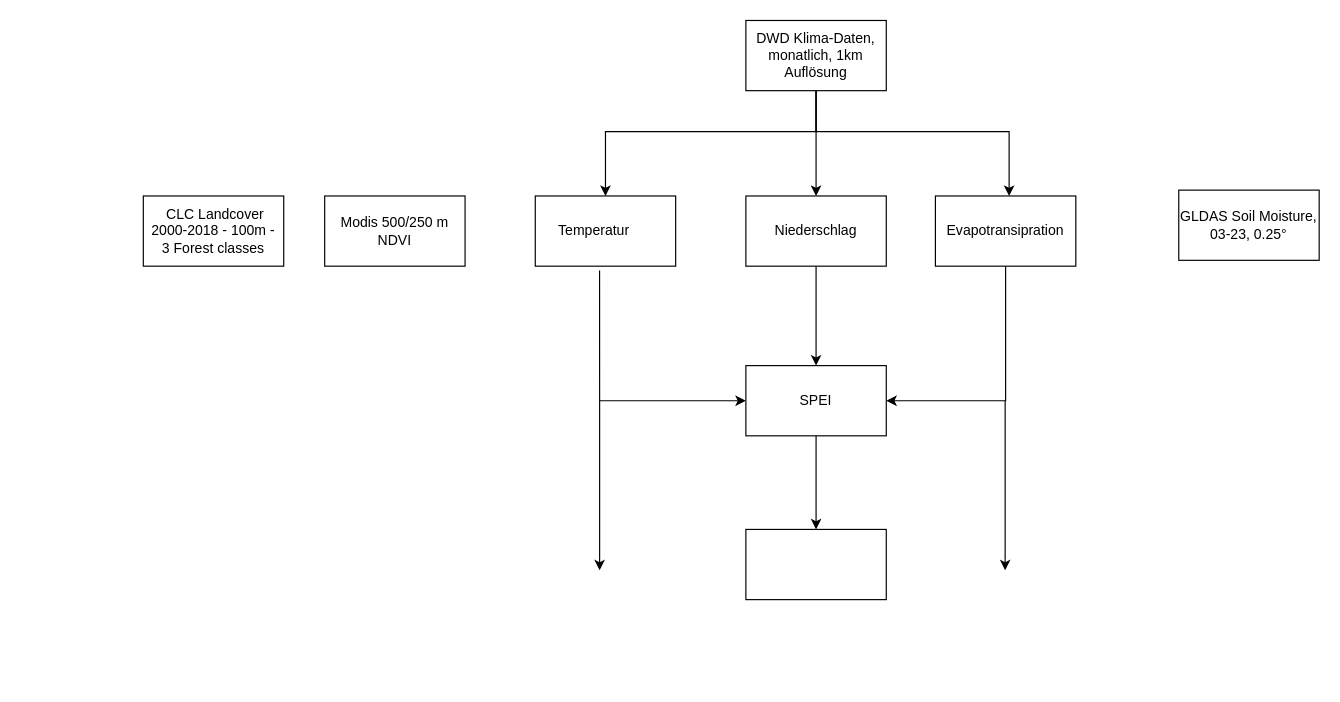
Before: peng_project_github.drawio in luismaecker/Analyzing_Forest_Health, a draw.io diagram. Source tidied: cells renumbered, new cells numbered last; positions are measured from the earlier drawing's top-left corner, leaving out a move shared by most shapes. Both pictures are drawn from the tidied source at 117%, with x=0, y=0 at pixel (143, 20).
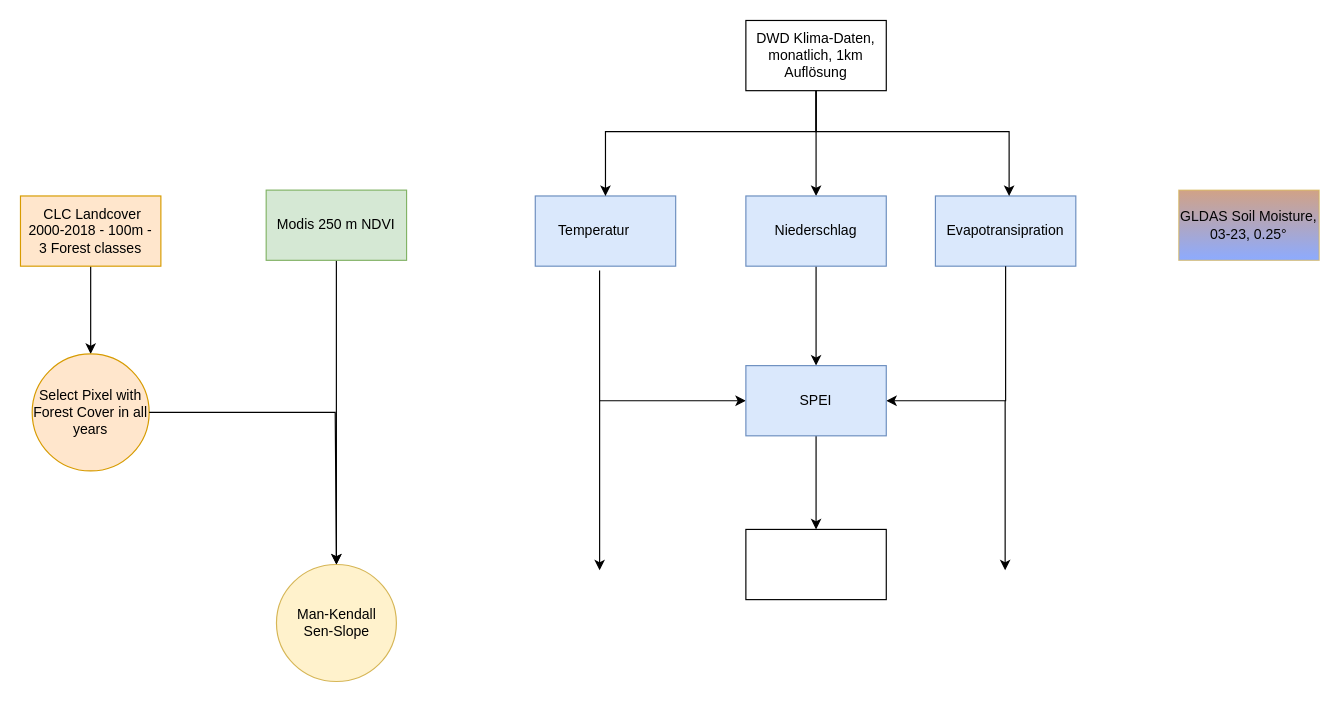
The same diagram, later.

Change to the diagram source:
```diff
@@
+    <mxCell id="20" style="edgeStyle=orthogonalEdgeStyle;rounded=0;jettySize=auto;html=1;" parent="1" edge="1" source="2" target="22">
+      <mxGeometry relative="1" as="geometry" />
+    </mxCell>
-    <mxCell id="2" value="Modis 500/250 m NDVI" style="rounded=0;whiteSpace=wrap;html=1;" parent="1" vertex="1">
-      <mxGeometry x="155" y="150" width="120" height="60" as="geometry" />
+    <mxCell id="2" value="Modis 250 m NDVI" style="rounded=0;whiteSpace=wrap;html=1;fillColor=#d5e8d4;strokeColor=#82b366;" parent="1" vertex="1">
+      <mxGeometry x="105" y="145" width="120" height="60" as="geometry" />
     </mxCell>
+    <mxCell id="21" style="edgeStyle=orthogonalEdgeStyle;rounded=0;jettySize=auto;html=1;" parent="1" edge="1" source="3" target="23">
+      <mxGeometry relative="1" as="geometry" />
+    </mxCell>
-    <mxCell id="3" value="&amp;nbsp;CLC Landcover 2000-2018 - 100m -&lt;br&gt;3 Forest classes" style="rounded=0;whiteSpace=wrap;html=1;" parent="1" vertex="1">
-      <mxGeometry y="150" width="120" height="60" as="geometry" />
+    <mxCell id="3" value="&amp;nbsp;CLC Landcover 2000-2018 - 100m -&lt;br&gt;3 Forest classes" style="rounded=0;whiteSpace=wrap;html=1;fillColor=#ffe6cc;strokeColor=#d79b00;" parent="1" vertex="1">
+      <mxGeometry x="-105" y="150" width="120" height="60" as="geometry" />
     </mxCell>
@@
-    <mxCell id="6" value="Temperatur&lt;span style=&quot;white-space: pre;&quot;&gt;&#9;&lt;/span&gt;" style="rounded=0;whiteSpace=wrap;html=1;" parent="1" vertex="1">
+    <mxCell id="6" value="Temperatur&lt;span style=&quot;white-space: pre;&quot;&gt;&#9;&lt;/span&gt;" style="rounded=0;whiteSpace=wrap;html=1;fillColor=#dae8fc;strokeColor=#6c8ebf;" parent="1" vertex="1">
       <mxGeometry x="335" y="150" width="120" height="60" as="geometry" />
     </mxCell>
@@
-    <mxCell id="8" value="Niederschlag" style="rounded=0;whiteSpace=wrap;html=1;" parent="1" vertex="1">
+    <mxCell id="8" value="Niederschlag" style="rounded=0;whiteSpace=wrap;html=1;fillColor=#dae8fc;strokeColor=#6c8ebf;" parent="1" vertex="1">
       <mxGeometry x="515" y="150" width="120" height="60" as="geometry" />
     </mxCell>
-    <mxCell id="9" value="Evapotransipration" style="rounded=0;whiteSpace=wrap;html=1;" parent="1" vertex="1">
+    <mxCell id="9" value="Evapotransipration" style="rounded=0;whiteSpace=wrap;html=1;fillColor=#dae8fc;strokeColor=#6c8ebf;" parent="1" vertex="1">
       <mxGeometry x="677" y="150" width="120" height="60" as="geometry" />
     </mxCell>
@@
-    <mxCell id="16" value="SPEI" style="rounded=0;whiteSpace=wrap;html=1;" parent="1" vertex="1">
+    <mxCell id="16" value="SPEI" style="rounded=0;whiteSpace=wrap;html=1;fillColor=#dae8fc;strokeColor=#6c8ebf;" parent="1" vertex="1">
       <mxGeometry x="515" y="295" width="120" height="60" as="geometry" />
     </mxCell>
@@
-    <mxCell id="19" value="GLDAS Soil Moisture, 03-23, 0.25°" style="rounded=0;whiteSpace=wrap;html=1;" parent="1" vertex="1">
+    <mxCell id="19" value="&lt;font color=&quot;#050505&quot;&gt;GLDAS Soil Moisture, 03-23, 0.25°&lt;/font&gt;" style="rounded=0;whiteSpace=wrap;html=1;fillColor=#BD7A53;strokeColor=#d6b656;opacity=70;gradientColor=#5C87FF;gradientDirection=south;" parent="1" vertex="1">
       <mxGeometry x="885" y="145" width="120" height="60" as="geometry" />
     </mxCell>
+    <mxCell id="22" value="Man-Kendall&lt;br&gt;Sen-Slope" style="ellipse;whiteSpace=wrap;html=1;fillColor=#fff2cc;strokeColor=#d6b656;rounded=0;" parent="1" vertex="1">
+      <mxGeometry x="113.8" y="465" width="102.5" height="100" as="geometry" />
+    </mxCell>
+    <mxCell id="23" value="Select Pixel with Forest Cover in all years" style="ellipse;whiteSpace=wrap;html=1;fillColor=#ffe6cc;strokeColor=#d79b00;rounded=0;" parent="1" vertex="1">
+      <mxGeometry x="-95" y="285" width="100" height="100" as="geometry" />
+    </mxCell>
+    <mxCell id="24" style="endArrow=classic;html=1;rounded=0;exitX=1;exitY=0.5;exitDx=0;exitDy=0;entryX=0.5;entryY=0;entryDx=0;entryDy=0;" parent="1" edge="1" source="23" target="22">
+      <mxGeometry relative="1" as="geometry">
+        <Array as="points">
+          <mxPoint x="164" y="335" />
+        </Array>
+      </mxGeometry>
+    </mxCell>
```
